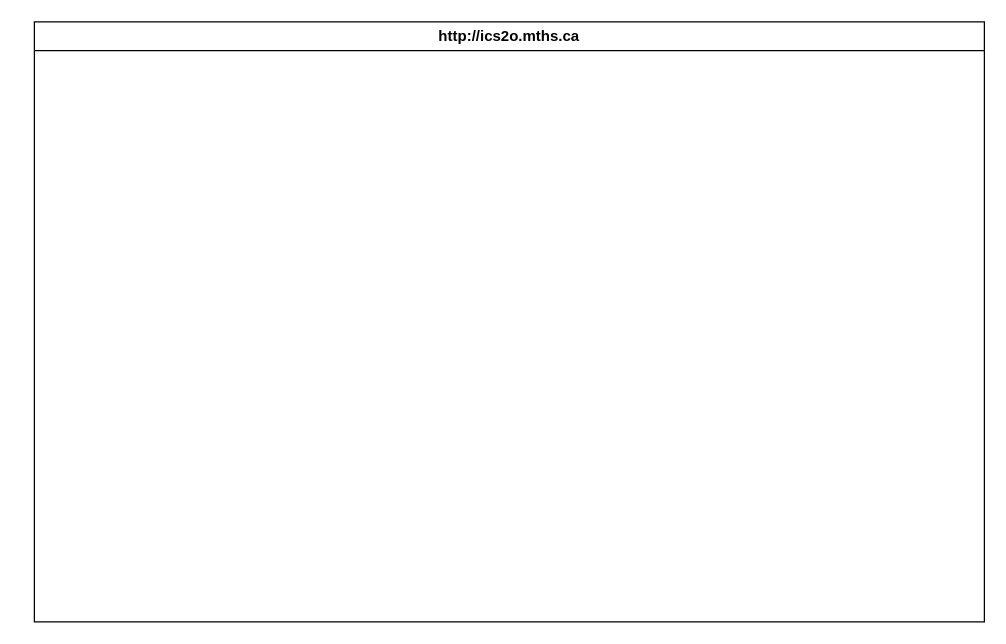
Before: design/storyboard.drawio in MTHS-ICS2O-2-2022/ICS2O-Unit-5-02-william-simard, a draw.io diagram. Source tidied: cells renumbered, new cells numbered last; positions are measured from the earlier drawing's top-left corner, leaving out a move shared by most shapes. Both pictures are drawn from the tidied source at 125%, with x=0, y=0 at pixel (34, 21). Pictures stored in the file or linked from it are replaced by grey dashed boxes.
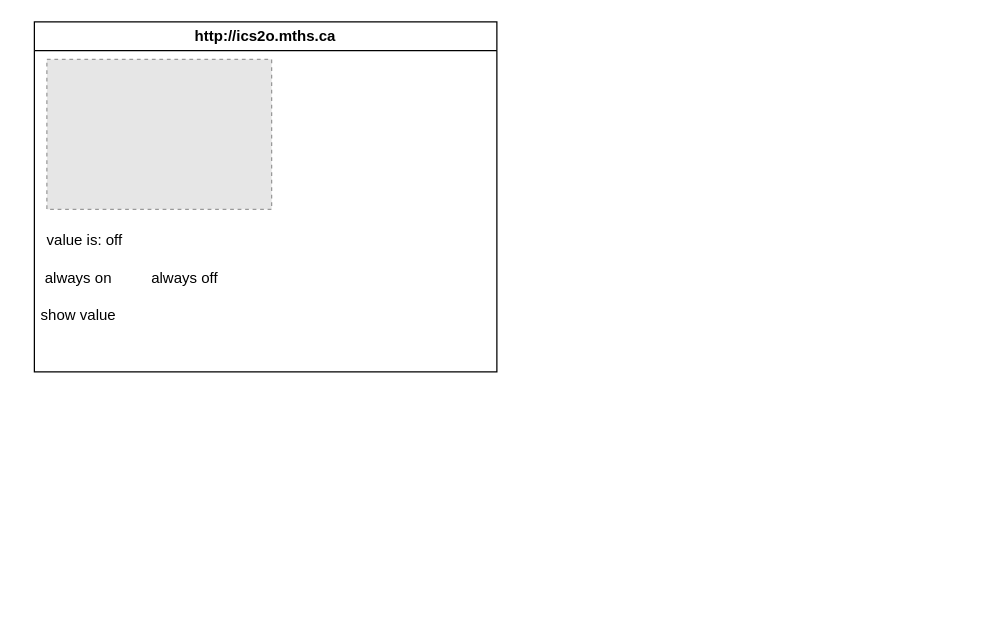
The same page after the edit.

The edit, as a diff of the source:
```diff
@@
 <mxGraphModel>
   <root>
     <mxCell id="0" />
     <mxCell id="1" parent="0" />
     <mxCell id="2" value="http://ics2o.mths.ca" style="swimlane;whiteSpace=wrap;html=1;" parent="1" vertex="1">
-      <mxGeometry width="760" height="480" as="geometry" />
+      <mxGeometry width="370" height="280" as="geometry" />
     </mxCell>
+    <mxCell id="3" style="fillColor=#E6E6E6;strokeColor=#999999;dashed=1;verticalLabelPosition=bottom;labelBackgroundColor=default;verticalAlign=top;" parent="2" vertex="1">
+      <mxGeometry x="10" y="30" width="179.8" height="120" as="geometry" />
+    </mxCell>
+    <mxCell id="4" value="value is: off" style="text;html=1;align=center;verticalAlign=middle;strokeColor=none;fillColor=none;" parent="2" vertex="1">
+      <mxGeometry y="160" width="80" height="30" as="geometry" />
+    </mxCell>
+    <mxCell id="5" value="always on" style="text;html=1;align=center;verticalAlign=middle;strokeColor=none;fillColor=none;" parent="2" vertex="1">
+      <mxGeometry x="-5" y="190" width="80" height="30" as="geometry" />
+    </mxCell>
+    <mxCell id="6" value="always off" style="text;html=1;align=center;verticalAlign=middle;strokeColor=none;fillColor=none;" parent="2" vertex="1">
+      <mxGeometry x="80" y="190" width="80" height="30" as="geometry" />
+    </mxCell>
+    <mxCell id="7" value="show value" style="text;html=1;align=center;verticalAlign=middle;strokeColor=none;fillColor=none;" parent="2" vertex="1">
+      <mxGeometry x="-10" y="220" width="90" height="30" as="geometry" />
+    </mxCell>
   </root>
 </mxGraphModel>
```
